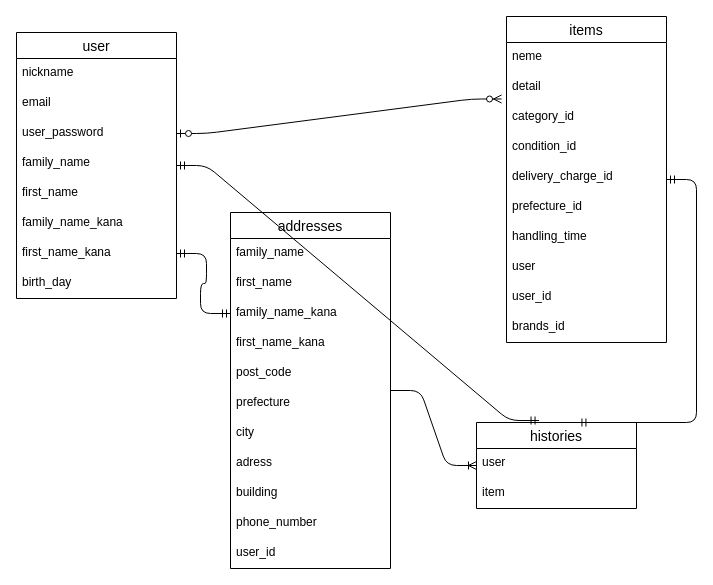
Before: ER.dio in miyo0000/furima-38917, a draw.io diagram. Source tidied: cells renumbered, new cells numbered last; positions are measured from the earlier drawing's top-left corner, leaving out a move shared by most shapes. Both pictures are drawn from the tidied source at 100%, with x=0, y=0 at pixel (16, 16).
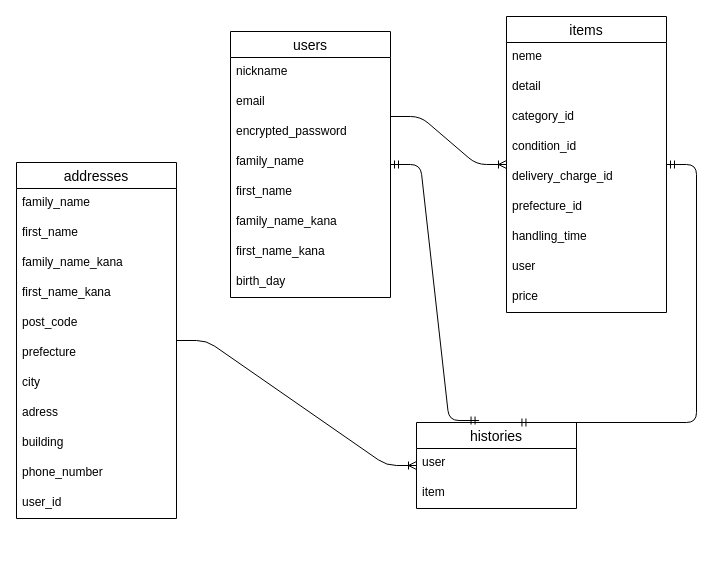
The same page after the edit.

The change refers to these unchanged cells:
```xml
<mxCell id="9" value="first_name_kana" style="text;strokeColor=none;fillColor=none;spacingLeft=4;spacingRight=4;overflow=hidden;points=[[0,0.5],[1,0.5]];portConstraint=eastwest;fontSize=12;" parent="2" vertex="1">
  <mxGeometry y="206" width="160" height="30" as="geometry" />
</mxCell>
<mxCell id="13" value="detail" style="text;strokeColor=none;fillColor=none;spacingLeft=4;spacingRight=4;overflow=hidden;points=[[0,0.5],[1,0.5]];portConstraint=eastwest;fontSize=12;" parent="11" vertex="1">
  <mxGeometry y="56" width="160" height="30" as="geometry" />
</mxCell>
<mxCell id="32" value="family_name_kana" style="text;strokeColor=none;fillColor=none;spacingLeft=4;spacingRight=4;overflow=hidden;points=[[0,0.5],[1,0.5]];portConstraint=eastwest;fontSize=12;" parent="29" vertex="1">
  <mxGeometry y="86" width="160" height="30" as="geometry" />
</mxCell>
```

Change to the diagram source:
```diff
@@
-    <mxCell id="2" value="user" style="swimlane;fontStyle=0;horizontal=1;startSize=26;align=center;fontSize=14;" parent="1" vertex="1">
-      <mxGeometry y="16" width="160" height="266" as="geometry" />
+    <mxCell id="2" value="users" style="swimlane;fontStyle=0;horizontal=1;startSize=26;align=center;fontSize=14;" parent="1" vertex="1">
+      <mxGeometry x="214" y="15" width="160" height="266" as="geometry" />
     </mxCell>
@@
-    <mxCell id="5" value="user_password" style="text;strokeColor=none;fillColor=none;spacingLeft=4;spacingRight=4;overflow=hidden;points=[[0,0.5],[1,0.5]];portConstraint=eastwest;fontSize=12;" parent="2" vertex="1">
+    <mxCell id="5" value="encrypted_password" style="text;strokeColor=none;fillColor=none;spacingLeft=4;spacingRight=4;overflow=hidden;points=[[0,0.5],[1,0.5]];portConstraint=eastwest;fontSize=12;" parent="2" vertex="1">
       <mxGeometry y="86" width="160" height="30" as="geometry" />
     </mxCell>
@@
     <mxCell id="11" value="items" style="swimlane;fontStyle=0;horizontal=1;startSize=26;align=center;fontSize=14;" parent="1" vertex="1">
-      <mxGeometry x="490" width="160" height="326" as="geometry" />
+      <mxGeometry x="490" width="160" height="296" as="geometry" />
     </mxCell>
@@
-    <mxCell id="20" value="user_id" style="text;strokeColor=none;fillColor=none;spacingLeft=4;spacingRight=4;overflow=hidden;fontSize=12;" parent="11" vertex="1">
+    <mxCell id="20" value="price" style="text;strokeColor=none;fillColor=none;spacingLeft=4;spacingRight=4;overflow=hidden;fontSize=12;" parent="11" vertex="1">
       <mxGeometry y="266" width="160" height="30" as="geometry" />
     </mxCell>
-    <mxCell id="21" value="brands_id" style="text;strokeColor=none;fillColor=none;spacingLeft=4;spacingRight=4;overflow=hidden;fontSize=12;" parent="11" vertex="1">
-      <mxGeometry y="296" width="160" height="30" as="geometry" />
-    </mxCell>
-    <mxCell id="22" style="edgeStyle=entityRelationEdgeStyle;fontSize=12;html=1;endArrow=ERzeroToMany;startArrow=ERzeroToOne;entryX=-0.031;entryY=0.883;entryDx=0;entryDy=0;entryPerimeter=0;exitX=1;exitY=0.5;exitDx=0;exitDy=0;" parent="1" edge="1" source="5" target="13">
-      <mxGeometry relative="1" as="geometry" />
-    </mxCell>
-    <mxCell id="23" style="edgeStyle=entityRelationEdgeStyle;fontSize=12;html=1;endArrow=ERmandOne;startArrow=ERmandOne;exitX=0;exitY=0.5;exitDx=0;exitDy=0;entryX=1;entryY=0.5;entryDx=0;entryDy=0;" parent="1" edge="1" source="32" target="9">
-      <mxGeometry relative="1" as="geometry" />
-    </mxCell>
     <mxCell id="24" value="histories" style="swimlane;fontStyle=0;horizontal=1;startSize=26;align=center;fontSize=14;" parent="1" vertex="1">
-      <mxGeometry x="460" y="406" width="160" height="86" as="geometry" />
+      <mxGeometry x="400" y="406" width="160" height="86" as="geometry" />
     </mxCell>
@@
     <mxCell id="29" value="addresses" style="swimlane;fontStyle=0;horizontal=1;startSize=26;align=center;fontSize=14;" parent="1" vertex="1">
-      <mxGeometry x="214" y="196" width="160" height="356" as="geometry" />
+      <mxGeometry y="146" width="160" height="356" as="geometry" />
     </mxCell>
@@
+    <mxCell id="42" style="edgeStyle=entityRelationEdgeStyle;fontSize=12;html=1;endArrow=ERoneToMany;" parent="1" edge="1" target="11">
+      <mxGeometry relative="1" as="geometry">
+        <mxPoint x="374" y="100" as="sourcePoint" />
+      </mxGeometry>
+    </mxCell>
```
